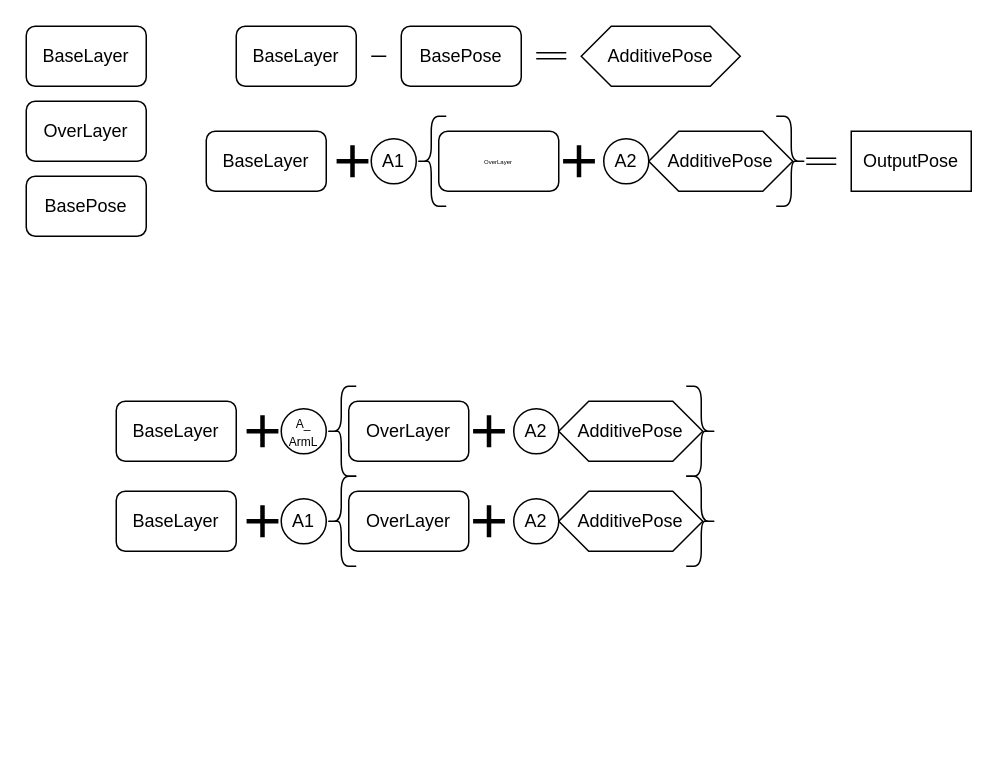
Before: Untitled Diagram.drawio in lruoheng/lqbz, a draw.io diagram. Source tidied: cells renumbered, new cells numbered last; positions are measured from the earlier drawing's top-left corner, leaving out a move shared by most shapes. Both pictures are drawn from the tidied source at 150%, with x=0, y=0 at pixel (26, 26).
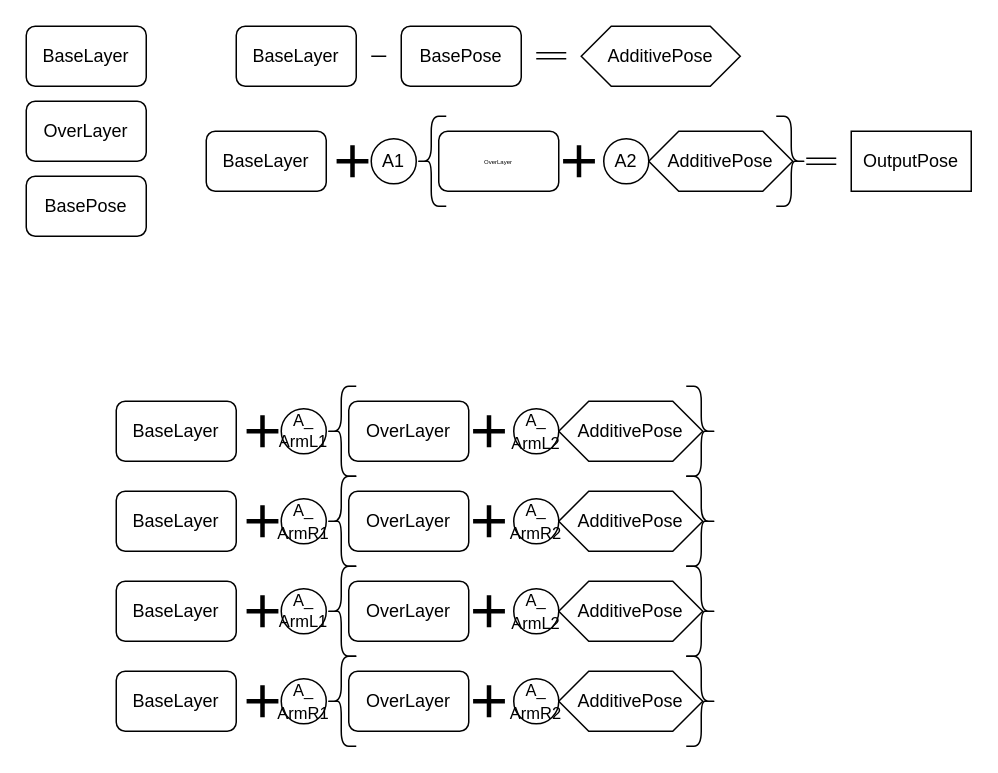
The same page after the edit.

Change to the diagram source:
```diff
@@
-    <mxCell id="28" value="&lt;font style=&quot;font-size: 8px&quot;&gt;A_&lt;br&gt;ArmL&lt;/font&gt;" style="ellipse;whiteSpace=wrap;html=1;fontSize=10;" parent="1" vertex="1">
+    <mxCell id="28" value="&lt;p style=&quot;font-size: 11px&quot;&gt;&lt;font style=&quot;font-size: 11px ; line-height: 1&quot;&gt;A_&lt;br style=&quot;font-size: 11px&quot;&gt;&lt;/font&gt;&lt;font style=&quot;font-size: 11px ; line-height: 1&quot;&gt;ArmL1&lt;/font&gt;&lt;/p&gt;" style="ellipse;whiteSpace=wrap;html=1;fontSize=9;align=center;" parent="1" vertex="1">
       <mxGeometry x="170" y="255" width="30" height="30" as="geometry" />
     </mxCell>
-    <mxCell id="29" value="A2" style="ellipse;whiteSpace=wrap;html=1;" parent="1" vertex="1">
+    <mxCell id="29" value="&lt;font style=&quot;font-size: 11px ; line-height: 1&quot;&gt;A_&lt;br&gt;&lt;/font&gt;&lt;font style=&quot;font-size: 11px ; line-height: 1&quot;&gt;ArmL2&lt;/font&gt;" style="ellipse;whiteSpace=wrap;html=1;" parent="1" vertex="1">
       <mxGeometry x="325" y="255" width="30" height="30" as="geometry" />
     </mxCell>
@@
-    <mxCell id="37" value="A1" style="ellipse;whiteSpace=wrap;html=1;" parent="1" vertex="1">
+    <mxCell id="37" value="&lt;font style=&quot;font-size: 11px ; line-height: 1&quot;&gt;A_&lt;br&gt;&lt;/font&gt;&lt;font style=&quot;font-size: 11px ; line-height: 1&quot;&gt;ArmR1&lt;/font&gt;" style="ellipse;whiteSpace=wrap;html=1;" parent="1" vertex="1">
       <mxGeometry x="170" y="315" width="30" height="30" as="geometry" />
     </mxCell>
-    <mxCell id="38" value="A2" style="ellipse;whiteSpace=wrap;html=1;" parent="1" vertex="1">
+    <mxCell id="38" value="&lt;font style=&quot;font-size: 11px ; line-height: 1&quot;&gt;A_&lt;br&gt;&lt;/font&gt;&lt;font style=&quot;font-size: 11px ; line-height: 1&quot;&gt;ArmR2&lt;/font&gt;" style="ellipse;whiteSpace=wrap;html=1;" parent="1" vertex="1">
       <mxGeometry x="325" y="315" width="30" height="30" as="geometry" />
     </mxCell>
+    <mxCell id="39" value="BaseLayer" style="rounded=1;whiteSpace=wrap;html=1;" parent="1" vertex="1">
+      <mxGeometry x="60" y="370" width="80" height="40" as="geometry" />
+    </mxCell>
+    <mxCell id="40" value="OverLayer" style="rounded=1;whiteSpace=wrap;html=1;" parent="1" vertex="1">
+      <mxGeometry x="215" y="370" width="80" height="40" as="geometry" />
+    </mxCell>
+    <mxCell id="41" value="AdditivePose" style="shape=hexagon;perimeter=hexagonPerimeter2;whiteSpace=wrap;html=1;fixedSize=1;" parent="1" vertex="1">
+      <mxGeometry x="355" y="370" width="96" height="40" as="geometry" />
+    </mxCell>
+    <mxCell id="42" style="shape=umlDestroy;whiteSpace=wrap;html=1;strokeWidth=3;rotation=45;" parent="1" vertex="1">
+      <mxGeometry x="301" y="382.5" width="15" height="15" as="geometry" />
+    </mxCell>
+    <mxCell id="43" style="shape=umlDestroy;whiteSpace=wrap;html=1;strokeWidth=3;rotation=45;" parent="1" vertex="1">
+      <mxGeometry x="150" y="382.5" width="15" height="15" as="geometry" />
+    </mxCell>
+    <mxCell id="44" style="shape=curlyBracket;whiteSpace=wrap;html=1;rounded=1;" parent="1" vertex="1">
+      <mxGeometry x="200" y="360" width="20" height="60" as="geometry" />
+    </mxCell>
+    <mxCell id="45" style="shape=curlyBracket;whiteSpace=wrap;html=1;rounded=1;flipH=1;" parent="1" vertex="1">
+      <mxGeometry x="440" y="360" width="20" height="60" as="geometry" />
+    </mxCell>
+    <mxCell id="46" value="&lt;p style=&quot;font-size: 11px&quot;&gt;&lt;font style=&quot;font-size: 11px ; line-height: 1&quot;&gt;A_&lt;br style=&quot;font-size: 11px&quot;&gt;&lt;/font&gt;&lt;font style=&quot;font-size: 11px ; line-height: 1&quot;&gt;ArmL1&lt;/font&gt;&lt;/p&gt;" style="ellipse;whiteSpace=wrap;html=1;fontSize=9;align=center;" parent="1" vertex="1">
+      <mxGeometry x="170" y="375" width="30" height="30" as="geometry" />
+    </mxCell>
+    <mxCell id="47" value="&lt;font style=&quot;font-size: 11px ; line-height: 1&quot;&gt;A_&lt;br&gt;&lt;/font&gt;&lt;font style=&quot;font-size: 11px ; line-height: 1&quot;&gt;ArmL2&lt;/font&gt;" style="ellipse;whiteSpace=wrap;html=1;" parent="1" vertex="1">
+      <mxGeometry x="325" y="375" width="30" height="30" as="geometry" />
+    </mxCell>
+    <mxCell id="48" value="BaseLayer" style="rounded=1;whiteSpace=wrap;html=1;" parent="1" vertex="1">
+      <mxGeometry x="60" y="430" width="80" height="40" as="geometry" />
+    </mxCell>
+    <mxCell id="49" value="OverLayer" style="rounded=1;whiteSpace=wrap;html=1;" parent="1" vertex="1">
+      <mxGeometry x="215" y="430" width="80" height="40" as="geometry" />
+    </mxCell>
+    <mxCell id="50" value="AdditivePose" style="shape=hexagon;perimeter=hexagonPerimeter2;whiteSpace=wrap;html=1;fixedSize=1;" parent="1" vertex="1">
+      <mxGeometry x="355" y="430" width="96" height="40" as="geometry" />
+    </mxCell>
+    <mxCell id="51" style="shape=umlDestroy;whiteSpace=wrap;html=1;strokeWidth=3;rotation=45;" parent="1" vertex="1">
+      <mxGeometry x="301" y="442.5" width="15" height="15" as="geometry" />
+    </mxCell>
+    <mxCell id="52" style="shape=umlDestroy;whiteSpace=wrap;html=1;strokeWidth=3;rotation=45;" parent="1" vertex="1">
+      <mxGeometry x="150" y="442.5" width="15" height="15" as="geometry" />
+    </mxCell>
+    <mxCell id="53" style="shape=curlyBracket;whiteSpace=wrap;html=1;rounded=1;" parent="1" vertex="1">
+      <mxGeometry x="200" y="420" width="20" height="60" as="geometry" />
+    </mxCell>
+    <mxCell id="54" style="shape=curlyBracket;whiteSpace=wrap;html=1;rounded=1;flipH=1;" parent="1" vertex="1">
+      <mxGeometry x="440" y="420" width="20" height="60" as="geometry" />
+    </mxCell>
+    <mxCell id="55" value="&lt;font style=&quot;font-size: 11px ; line-height: 1&quot;&gt;A_&lt;br&gt;&lt;/font&gt;&lt;font style=&quot;font-size: 11px ; line-height: 1&quot;&gt;ArmR1&lt;/font&gt;" style="ellipse;whiteSpace=wrap;html=1;" parent="1" vertex="1">
+      <mxGeometry x="170" y="435" width="30" height="30" as="geometry" />
+    </mxCell>
+    <mxCell id="56" value="&lt;font style=&quot;font-size: 11px ; line-height: 1&quot;&gt;A_&lt;br&gt;&lt;/font&gt;&lt;font style=&quot;font-size: 11px ; line-height: 1&quot;&gt;ArmR2&lt;/font&gt;" style="ellipse;whiteSpace=wrap;html=1;" parent="1" vertex="1">
+      <mxGeometry x="325" y="435" width="30" height="30" as="geometry" />
+    </mxCell>
```
